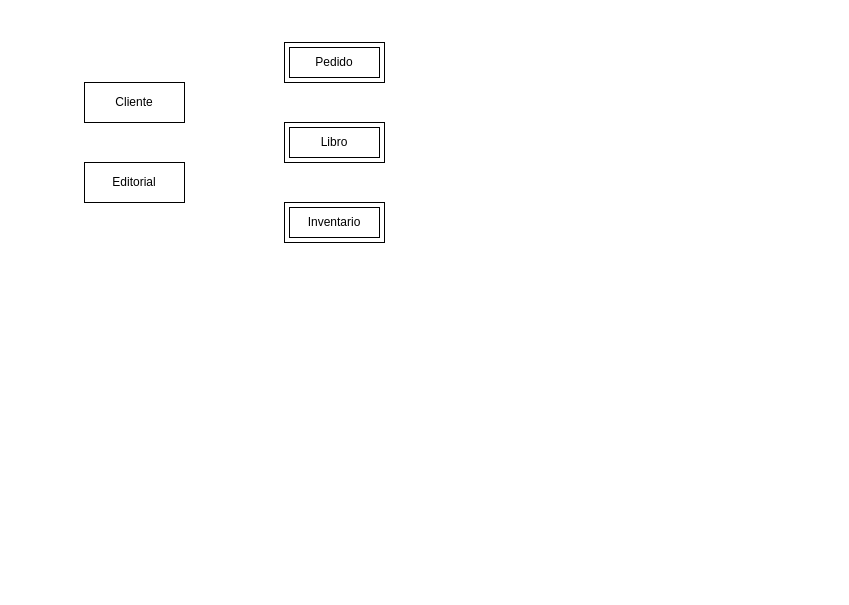
Starleen1996/Modelado_Datos keeps this draw.io diagram as modelo.drawio. Above is the earlier version. Source tidied: cells renumbered, new cells numbered last; positions are measured from the earlier drawing's top-left corner, leaving out a move shared by most shapes. Both pictures are drawn from the tidied source at 100%, with x=0, y=0 at pixel (84, 42).
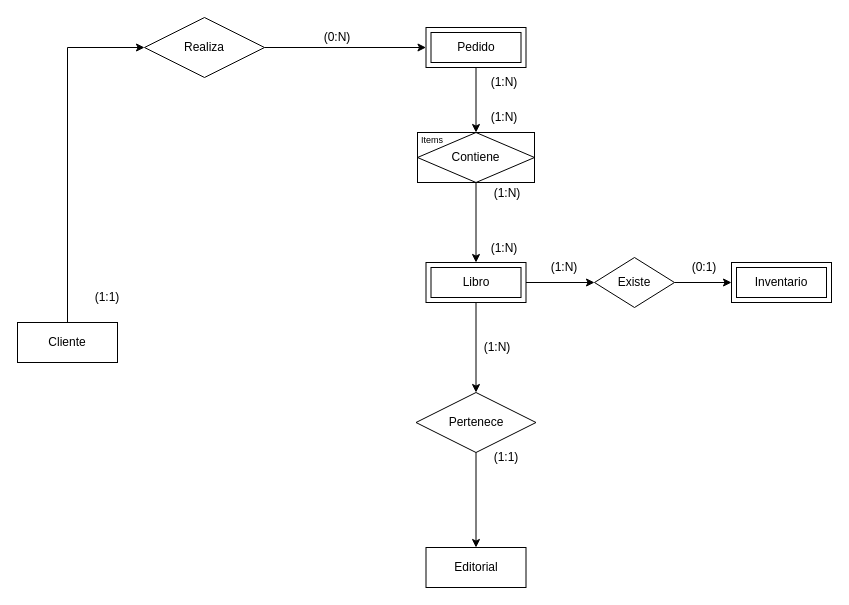
The same diagram, later.

Diff of the diagram source:
```diff
@@
+    <mxCell id="7" style="edgeStyle=orthogonalEdgeStyle;rounded=0;jettySize=auto;html=1;exitX=0.5;exitY=0;exitDx=0;exitDy=0;entryX=0;entryY=0.5;entryDx=0;entryDy=0;" parent="1" edge="1" source="2" target="12">
+      <mxGeometry relative="1" as="geometry" />
+    </mxCell>
     <mxCell id="2" value="Cliente" style="whiteSpace=wrap;html=1;align=center;" parent="1" vertex="1">
-      <mxGeometry y="40" width="100" height="40" as="geometry" />
+      <mxGeometry x="-67" y="280" width="100" height="40" as="geometry" />
     </mxCell>
+    <mxCell id="8" style="edgeStyle=orthogonalEdgeStyle;rounded=0;jettySize=auto;html=1;exitX=0.5;exitY=1;exitDx=0;exitDy=0;entryX=0.5;entryY=0;entryDx=0;entryDy=0;" parent="1" edge="1" source="3" target="26">
+      <mxGeometry relative="1" as="geometry" />
+    </mxCell>
     <mxCell id="3" value="Pedido" style="shape=ext;margin=3;double=1;whiteSpace=wrap;html=1;align=center;" parent="1" vertex="1">
-      <mxGeometry x="200" width="100" height="40" as="geometry" />
+      <mxGeometry x="341.5" y="-15" width="100" height="40" as="geometry" />
     </mxCell>
     <mxCell id="4" value="Editorial" style="whiteSpace=wrap;html=1;align=center;" parent="1" vertex="1">
-      <mxGeometry y="120" width="100" height="40" as="geometry" />
+      <mxGeometry x="341.5" y="505" width="100" height="40" as="geometry" />
     </mxCell>
     <mxCell id="5" value="Inventario" style="shape=ext;margin=3;double=1;whiteSpace=wrap;html=1;align=center;" parent="1" vertex="1">
-      <mxGeometry x="200" y="160" width="100" height="40" as="geometry" />
+      <mxGeometry x="647" y="220" width="100" height="40" as="geometry" />
     </mxCell>
+    <mxCell id="9" style="edgeStyle=orthogonalEdgeStyle;rounded=0;jettySize=auto;html=1;exitX=0.5;exitY=1;exitDx=0;exitDy=0;entryX=0.5;entryY=0;entryDx=0;entryDy=0;" parent="1" edge="1" source="6" target="18">
+      <mxGeometry relative="1" as="geometry" />
+    </mxCell>
+    <mxCell id="10" style="edgeStyle=orthogonalEdgeStyle;rounded=0;jettySize=auto;html=1;" parent="1" edge="1" source="6" target="22">
+      <mxGeometry relative="1" as="geometry" />
+    </mxCell>
     <mxCell id="6" value="Libro" style="shape=ext;margin=3;double=1;whiteSpace=wrap;html=1;align=center;" parent="1" vertex="1">
-      <mxGeometry x="200" y="80" width="100" height="40" as="geometry" />
+      <mxGeometry x="341.5" y="220" width="100" height="40" as="geometry" />
     </mxCell>
+    <mxCell id="11" style="edgeStyle=orthogonalEdgeStyle;rounded=0;jettySize=auto;html=1;exitX=1;exitY=0.5;exitDx=0;exitDy=0;entryX=0;entryY=0.5;entryDx=0;entryDy=0;" parent="1" edge="1" source="12" target="3">
+      <mxGeometry relative="1" as="geometry" />
+    </mxCell>
+    <mxCell id="12" value="Realiza" style="shape=rhombus;perimeter=rhombusPerimeter;whiteSpace=wrap;html=1;align=center;" parent="1" vertex="1">
+      <mxGeometry x="60" y="-25" width="120" height="60" as="geometry" />
+    </mxCell>
+    <mxCell id="13" value="(1:1)" style="text;strokeColor=none;align=center;fillColor=none;html=1;verticalAlign=middle;whiteSpace=wrap;rounded=0;" parent="1" vertex="1">
+      <mxGeometry x="-7" y="240" width="60" height="30" as="geometry" />
+    </mxCell>
+    <mxCell id="14" value="(0:N)" style="text;strokeColor=none;align=center;fillColor=none;html=1;verticalAlign=middle;whiteSpace=wrap;rounded=0;" parent="1" vertex="1">
+      <mxGeometry x="223" y="-20" width="60" height="30" as="geometry" />
+    </mxCell>
+    <mxCell id="15" value="(1:N)" style="text;strokeColor=none;align=center;fillColor=none;html=1;verticalAlign=middle;whiteSpace=wrap;rounded=0;" parent="1" vertex="1">
+      <mxGeometry x="390" y="25" width="60" height="30" as="geometry" />
+    </mxCell>
+    <mxCell id="16" value="(1:N)" style="text;strokeColor=none;align=center;fillColor=none;html=1;verticalAlign=middle;whiteSpace=wrap;rounded=0;" parent="1" vertex="1">
+      <mxGeometry x="390" y="191" width="60" height="30" as="geometry" />
+    </mxCell>
+    <mxCell id="17" style="edgeStyle=orthogonalEdgeStyle;rounded=0;jettySize=auto;html=1;" parent="1" edge="1" source="18" target="4">
+      <mxGeometry relative="1" as="geometry" />
+    </mxCell>
+    <mxCell id="18" value="Pertenece" style="shape=rhombus;perimeter=rhombusPerimeter;whiteSpace=wrap;html=1;align=center;" parent="1" vertex="1">
+      <mxGeometry x="331.5" y="350" width="120" height="60" as="geometry" />
+    </mxCell>
+    <mxCell id="19" value="(1:N)" style="text;strokeColor=none;align=center;fillColor=none;html=1;verticalAlign=middle;whiteSpace=wrap;rounded=0;" parent="1" vertex="1">
+      <mxGeometry x="383" y="290" width="60" height="30" as="geometry" />
+    </mxCell>
+    <mxCell id="20" value="(1:1)" style="text;strokeColor=none;align=center;fillColor=none;html=1;verticalAlign=middle;whiteSpace=wrap;rounded=0;" parent="1" vertex="1">
+      <mxGeometry x="392" y="400" width="60" height="30" as="geometry" />
+    </mxCell>
+    <mxCell id="21" style="edgeStyle=orthogonalEdgeStyle;rounded=0;jettySize=auto;html=1;" parent="1" edge="1" source="22" target="5">
+      <mxGeometry relative="1" as="geometry" />
+    </mxCell>
+    <mxCell id="22" value="Existe" style="shape=rhombus;perimeter=rhombusPerimeter;whiteSpace=wrap;html=1;align=center;" parent="1" vertex="1">
+      <mxGeometry x="510" y="215" width="80" height="50" as="geometry" />
+    </mxCell>
+    <mxCell id="23" value="(1:N)" style="text;strokeColor=none;align=center;fillColor=none;html=1;verticalAlign=middle;whiteSpace=wrap;rounded=0;" parent="1" vertex="1">
+      <mxGeometry x="450" y="210" width="60" height="30" as="geometry" />
+    </mxCell>
+    <mxCell id="24" value="(0:1)" style="text;strokeColor=none;align=center;fillColor=none;html=1;verticalAlign=middle;whiteSpace=wrap;rounded=0;" parent="1" vertex="1">
+      <mxGeometry x="590" y="210" width="60" height="30" as="geometry" />
+    </mxCell>
+    <mxCell id="25" style="edgeStyle=orthogonalEdgeStyle;rounded=0;jettySize=auto;html=1;exitX=0.5;exitY=1;exitDx=0;exitDy=0;entryX=0.5;entryY=0;entryDx=0;entryDy=0;" parent="1" edge="1" source="26" target="6">
+      <mxGeometry relative="1" as="geometry" />
+    </mxCell>
+    <mxCell id="26" value="Contiene" style="shape=associativeEntity;whiteSpace=wrap;html=1;align=center;" parent="1" vertex="1">
+      <mxGeometry x="333" y="90" width="117" height="50" as="geometry" />
+    </mxCell>
+    <mxCell id="27" value="Items" style="text;strokeColor=none;align=center;fillColor=none;html=1;verticalAlign=middle;whiteSpace=wrap;rounded=0;fontSize=9;" parent="1" vertex="1">
+      <mxGeometry x="328" y="88" width="40" height="20" as="geometry" />
+    </mxCell>
+    <mxCell id="28" value="(1:N)" style="text;strokeColor=none;align=center;fillColor=none;html=1;verticalAlign=middle;whiteSpace=wrap;rounded=0;" parent="1" vertex="1">
+      <mxGeometry x="390" y="60" width="60" height="30" as="geometry" />
+    </mxCell>
+    <mxCell id="29" value="(1:N)" style="text;strokeColor=none;align=center;fillColor=none;html=1;verticalAlign=middle;whiteSpace=wrap;rounded=0;" parent="1" vertex="1">
+      <mxGeometry x="393" y="136" width="60" height="30" as="geometry" />
+    </mxCell>
```
